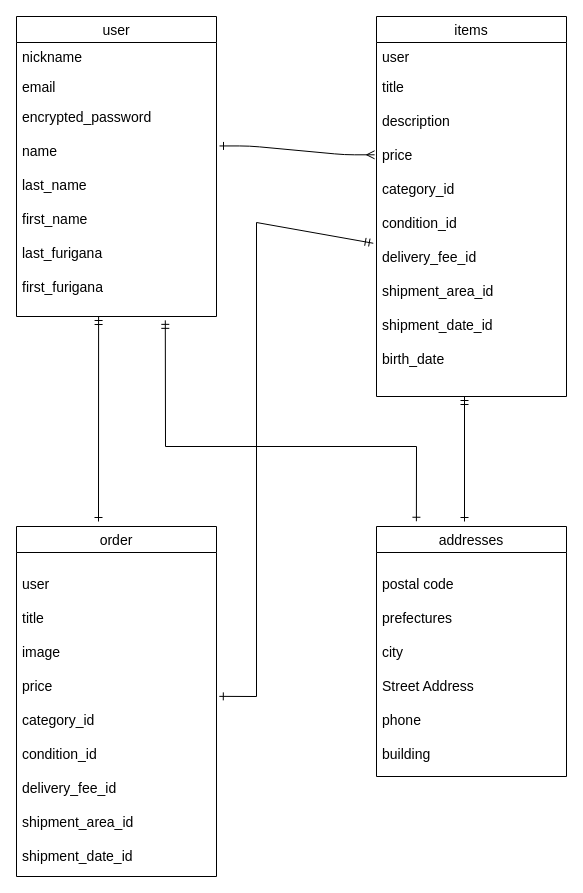
The draw.io diagram furima.dio in takanori-hagiwara/furima-33976, before the edit. Source tidied: cells renumbered, new cells numbered last; positions are measured from the earlier drawing's top-left corner, leaving out a move shared by most shapes. Both pictures are drawn from the tidied source at 100%, with x=0, y=0 at pixel (16, 16).
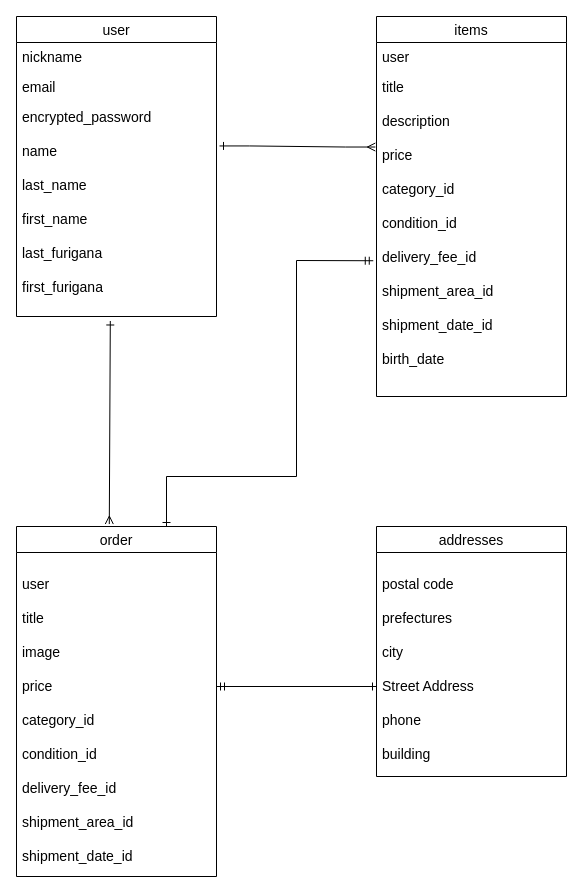
The same diagram, later.

The change refers to these unchanged cells:
```xml
<mxCell id="2" value="addresses" style="swimlane;fontStyle=0;horizontal=1;startSize=26;align=center;fontSize=14;" parent="1" vertex="1">
  <mxGeometry x="360" y="510" width="190" height="250" as="geometry" />
</mxCell>
<mxCell id="6" value="title&#10;&#10;description&#10;&#10;price&#10;&#10;category_id&#10;&#10;condition_id&#10;&#10;delivery_fee_id&#10;&#10;shipment_area_id&#10;&#10;shipment_date_id&#10;&#10;birth_date" style="text;strokeColor=none;fillColor=none;spacingLeft=4;spacingRight=4;overflow=hidden;points=[[0,0.5],[1,0.5]];portConstraint=eastwest;fontSize=14;" parent="4" vertex="1">
  <mxGeometry y="56" width="190" height="324" as="geometry" />
</mxCell>
<mxCell id="10" value="encrypted_password&#10;&#10;name&#10;&#10;last_name&#10;&#10;first_name&#10;&#10;last_furigana&#10;&#10;first_furigana" style="text;strokeColor=none;fillColor=none;spacingLeft=4;spacingRight=4;overflow=hidden;points=[[0,0.5],[1,0.5]];portConstraint=eastwest;fontSize=14;fontColor=#000000;" parent="7" vertex="1">
  <mxGeometry y="86" width="200" height="214" as="geometry" />
</mxCell>
<mxCell id="14" value="order" style="swimlane;fontStyle=0;horizontal=1;startSize=26;align=center;fontSize=14;" parent="1" vertex="1">
  <mxGeometry y="510" width="200" height="350" as="geometry" />
</mxCell>
<mxCell id="15" value="&#10;user&#10;&#10;title&#10;&#10;image&#10;&#10;price&#10;&#10;category_id&#10;&#10;condition_id&#10;&#10;delivery_fee_id&#10;&#10;shipment_area_id&#10;&#10;shipment_date_id&#10;" style="text;strokeColor=none;fillColor=none;spacingLeft=4;spacingRight=4;overflow=hidden;points=[[0,0.5],[1,0.5]];portConstraint=eastwest;fontSize=14;" parent="14" vertex="1">
  <mxGeometry y="26" width="200" height="324" as="geometry" />
</mxCell>
```

The edit, as a diff of the source:
```diff
@@
-    <mxCell id="11" style="edgeStyle=entityRelationEdgeStyle;fontSize=12;html=1;endArrow=ERmany;endFill=0;entryX=-0.01;entryY=0.254;entryDx=0;entryDy=0;entryPerimeter=0;startArrow=ERone;startFill=0;exitX=1.015;exitY=0.203;exitDx=0;exitDy=0;exitPerimeter=0;" parent="1" edge="1" source="10" target="6">
+    <mxCell id="11" style="edgeStyle=entityRelationEdgeStyle;fontSize=12;html=1;endArrow=ERmany;endFill=0;entryX=-0.006;entryY=0.23;entryDx=0;entryDy=0;entryPerimeter=0;startArrow=ERone;startFill=0;exitX=1.015;exitY=0.203;exitDx=0;exitDy=0;exitPerimeter=0;rounded=0;" parent="1" edge="1" source="10" target="6">
       <mxGeometry relative="1" as="geometry" />
     </mxCell>
-    <mxCell id="12" style="endArrow=ERone;html=1;rounded=0;fontSize=14;startArrow=ERmandOne;startFill=0;endFill=0;" parent="1" edge="1">
-      <mxGeometry relative="1" as="geometry">
-        <mxPoint x="448" y="380" as="sourcePoint" />
-        <mxPoint x="448" y="505" as="targetPoint" />
-      </mxGeometry>
-    </mxCell>
-    <mxCell id="13" style="endArrow=ERone;html=1;startArrow=ERmandOne;startFill=0;endFill=0;rounded=0;exitX=0.744;exitY=1.018;exitDx=0;exitDy=0;exitPerimeter=0;entryX=0.21;entryY=-0.021;entryDx=0;entryDy=0;entryPerimeter=0;" parent="1" edge="1" source="10" target="2">
-      <mxGeometry relative="1" as="geometry">
-        <Array as="points">
-          <mxPoint x="149" y="430" />
-          <mxPoint x="400" y="430" />
-        </Array>
-      </mxGeometry>
-    </mxCell>
@@
-    <mxCell id="16" style="endArrow=ERone;html=1;rounded=0;fontSize=14;exitX=0.474;exitY=1.008;exitDx=0;exitDy=0;exitPerimeter=0;startArrow=ERmandOne;startFill=0;endFill=0;" parent="1" edge="1">
-      <mxGeometry relative="1" as="geometry">
-        <mxPoint x="82.1" y="300" as="sourcePoint" />
-        <mxPoint x="82" y="505" as="targetPoint" />
-      </mxGeometry>
-    </mxCell>
-    <mxCell id="17" style="endArrow=ERone;html=1;rounded=0;fontSize=14;startArrow=ERmandOne;startFill=0;endFill=0;entryX=1.014;entryY=0.444;entryDx=0;entryDy=0;entryPerimeter=0;exitX=-0.017;exitY=0.527;exitDx=0;exitDy=0;exitPerimeter=0;" parent="1" edge="1" source="6" target="15">
+    <mxCell id="17" style="endArrow=ERone;html=1;rounded=0;startArrow=ERmandOne;startFill=0;endFill=0;" parent="1" edge="1">
       <mxGeometry relative="1" as="geometry">
-        <Array as="points">
-          <mxPoint x="240" y="206" />
-          <mxPoint x="240" y="680" />
-        </Array>
+        <mxPoint x="200" y="670" as="sourcePoint" />
+        <mxPoint x="360" y="670" as="targetPoint" />
       </mxGeometry>
     </mxCell>
+    <mxCell id="18" style="endArrow=ERmany;html=1;rounded=0;startArrow=ERone;startFill=0;endFill=0;exitX=0.469;exitY=1.021;exitDx=0;exitDy=0;exitPerimeter=0;entryX=0.464;entryY=-0.007;entryDx=0;entryDy=0;entryPerimeter=0;" parent="1" edge="1" source="10" target="14">
+      <mxGeometry relative="1" as="geometry" />
+    </mxCell>
+    <mxCell id="19" style="endArrow=ERmandOne;html=1;rounded=0;exitX=0.75;exitY=0;exitDx=0;exitDy=0;entryX=-0.017;entryY=0.581;entryDx=0;entryDy=0;entryPerimeter=0;endFill=0;startArrow=ERone;startFill=0;" parent="1" edge="1" source="14" target="6">
+      <mxGeometry relative="1" as="geometry">
+        <Array as="points">
+          <mxPoint x="150" y="460" />
+          <mxPoint x="280" y="460" />
+          <mxPoint x="280" y="244" />
+        </Array>
+      </mxGeometry>
+    </mxCell>
```
